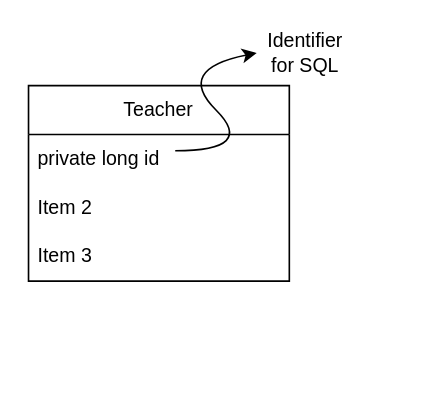
Above: assets/teacherobject.drawio in John-sCC/jcc_frontend (draw.io), before the change. Source tidied: cells renumbered, new cells numbered last; positions are measured from the earlier drawing's top-left corner, leaving out a move shared by most shapes. Both pictures are drawn from the tidied source at 163%, with x=0, y=0 at pixel (28, 28).
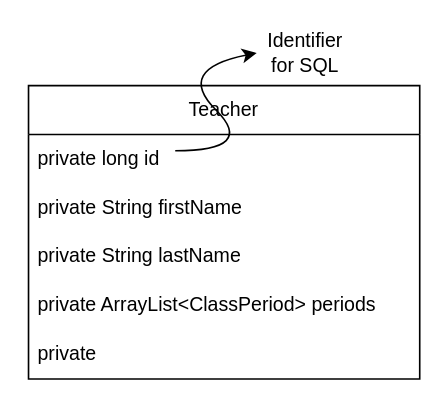
Above is the later version.

Change to the diagram source:
```diff
@@
 <mxGraphModel>
   <root>
     <mxCell id="0" />
     <mxCell id="1" parent="0" />
     <mxCell id="2" value="Teacher" style="swimlane;fontStyle=0;horizontal=1;startSize=30;whiteSpace=wrap;html=1;" parent="1" vertex="1">
-      <mxGeometry y="35" width="160" height="120" as="geometry" />
+      <mxGeometry y="35" width="240" height="180" as="geometry" />
     </mxCell>
     <mxCell id="3" style="curved=1;endArrow=classic;html=1;rounded=0;" parent="2" edge="1">
       <mxGeometry relative="1" as="geometry">
         <mxPoint x="90" y="40" as="sourcePoint" />
         <mxPoint x="140" y="-20" as="targetPoint" />
         <Array as="points">
           <mxPoint x="140" y="40" />
           <mxPoint x="90" y="-10" />
         </Array>
       </mxGeometry>
     </mxCell>
     <mxCell id="4" value="private long id" style="text;strokeColor=none;fillColor=none;align=left;verticalAlign=middle;spacingLeft=4;spacingRight=4;overflow=hidden;whiteSpace=wrap;html=1;" parent="2" vertex="1">
-      <mxGeometry y="30" width="160" height="30" as="geometry" />
+      <mxGeometry y="30" width="240" height="30" as="geometry" />
     </mxCell>
-    <mxCell id="5" value="Item 2" style="text;strokeColor=none;fillColor=none;align=left;verticalAlign=middle;spacingLeft=4;spacingRight=4;overflow=hidden;whiteSpace=wrap;html=1;" parent="2" vertex="1">
-      <mxGeometry y="60" width="160" height="30" as="geometry" />
+    <mxCell id="5" value="private String firstName" style="text;strokeColor=none;fillColor=none;align=left;verticalAlign=middle;spacingLeft=4;spacingRight=4;overflow=hidden;whiteSpace=wrap;html=1;" parent="2" vertex="1">
+      <mxGeometry y="60" width="240" height="30" as="geometry" />
     </mxCell>
-    <mxCell id="6" value="Item 3" style="text;strokeColor=none;fillColor=none;align=left;verticalAlign=middle;spacingLeft=4;spacingRight=4;overflow=hidden;whiteSpace=wrap;html=1;" parent="2" vertex="1">
-      <mxGeometry y="90" width="160" height="30" as="geometry" />
+    <mxCell id="6" value="private String lastName" style="text;strokeColor=none;fillColor=none;align=left;verticalAlign=middle;spacingLeft=4;spacingRight=4;overflow=hidden;whiteSpace=wrap;html=1;" parent="2" vertex="1">
+      <mxGeometry y="90" width="240" height="30" as="geometry" />
     </mxCell>
+    <mxCell id="8" value="private ArrayList&amp;lt;ClassPeriod&amp;gt; periods" style="text;html=1;strokeColor=none;fillColor=none;align=left;verticalAlign=middle;whiteSpace=wrap;rounded=0;spacingLeft=4;" parent="2" vertex="1">
+      <mxGeometry y="120" width="240" height="30" as="geometry" />
+    </mxCell>
+    <mxCell id="9" value="private&amp;nbsp;" style="text;html=1;strokeColor=none;fillColor=none;align=left;verticalAlign=middle;whiteSpace=wrap;rounded=0;spacingLeft=4;" parent="2" vertex="1">
+      <mxGeometry y="150" width="240" height="30" as="geometry" />
+    </mxCell>
     <mxCell id="7" value="Identifier for SQL" style="text;html=1;strokeColor=none;fillColor=none;align=center;verticalAlign=middle;whiteSpace=wrap;rounded=0;" parent="1" vertex="1">
       <mxGeometry x="140" width="60" height="30" as="geometry" />
     </mxCell>
   </root>
 </mxGraphModel>
```
